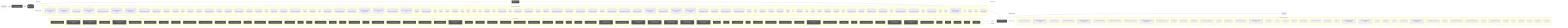
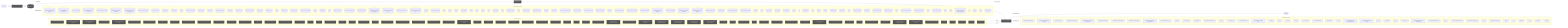
flowchart LR
  UserQ(["👤 User Query"])
  Embed["📐 Embedding Model"]
  VecDB[("📚 Vector Store")]
  Retriever["🔍 Retriever"]
  LLMNode["🧠 LLM / Generator"]
  Output(["✅ Response"])
  UserQ -->|query| Embed
  Embed -->|vector| VecDB
  VecDB -->|top-k chunks| Retriever
  Retriever -->|context + query| LLMNode
  LLMNode -->|generated answer| Output
  subgraph DetectedMemory["Detected memory stores"]
    det_detectedmemory_check_steering_feedback_contract_80134459[("check-steering-feedback-contract")]
    det_detectedmemory_normalize_workflow_contracts_8701f1c8[("normalize-workflow-contracts")]
    det_detectedmemory_sync_codex_preflight_7e7a8dc2[("sync-codex-preflight")]
    det_detectedmemory_test_harness_upgrade_matrix_84113c4e[("test-harness-upgrade-matrix")]
    det_detectedmemory_validate_prompt_context_drift_8c949ef6[("validate-prompt-context-drift")]
    det_detectedmemory_validate_runtime_packet_schemas_bc3ba8ec[("validate-runtime-packet-schemas")]
    det_detectedmemory_validate_system_prompt_gap_adoption_62d8c955[("validate-system-prompt-gap-adoption")]
    det_detectedmemory_validate_workflow_contracts_33dc063c[("validate-workflow-contracts")]
    det_detectedmemory_branch_protect_core_a8feb0fd[("branch-protect-core")]
    det_detectedmemory_ci_migrate_core_7005b5af[("ci-migrate-core")]
    det_detectedmemory_context_health_80bb7da9[("context-health")]
    det_detectedmemory_context_ea7792a2[("context")]
-     det_detectedmemory_docs_gate_core_eb9b6c18[("docs-gate-core")]
+     det_detectedmemory_docs_gate_classification_2f51c90b[("docs-gate-classification")]
+     det_detectedmemory_docs_gate_types_d285abb6[("docs-gate-types")]
    det_detectedmemory_index_context_de3ed39d[("index-context")]
    det_detectedmemory_local_memory_preflight_dcc36c42[("local-memory-preflight")]
    det_detectedmemory_memory_gate_a577a506[("memory-gate")]
    det_detectedmemory_next_runner_state_be6fe997[("next-runner-state")]
    det_detectedmemory_pattern_scope_siblings_43abe000[("pattern-scope-siblings")]
    det_detectedmemory_review_context_ca6cf81d[("review-context")]
    det_detectedmemory_review_gate_core_4c8001f9[("review-gate-core")]
    det_detectedmemory_search_24193290[("search")]
    det_detectedmemory_session_context_e5ec72c0[("session-context")]
    det_detectedmemory_tooling_audit_core_328d6a41[("tooling-audit-core")]
    det_detectedmemory_run_local_memory_preflight_36e92808[("run-local-memory-preflight")]
    det_detectedmemory_checker_d2d2328e[("checker")]
    det_detectedmemory_context_health_1_ceb11829[("context-health")]
    det_detectedmemory_types_2_d9bc6e7a[("types")]
    det_detectedmemory_branch_protect_sync_570adb18[("branch-protect-sync")]
    det_detectedmemory_command_capability_rules_ca3f496a[("command-capability-rules")]
    det_detectedmemory_command_specs_core_1c0ffc99[("command-specs-core")]
    det_detectedmemory_local_memory_preflight_command_spec_9e23f3ce[("local-memory-preflight-command-spec")]
    det_detectedmemory_memory_gate_command_spec_dc9001a9[("memory-gate-command-spec")]
    det_detectedmemory_review_gate_command_spec_3187376a[("review-gate-command-spec")]
    det_detectedmemory_session_context_command_spec_973afbb1[("session-context-command-spec")]
    det_detectedmemory_constants_7517017f[("constants")]
    det_detectedmemory_context_compact_policy_3dcaf95d[("context-compact-policy")]
    det_detectedmemory_index_3_7e40d474[("index")]
    det_detectedmemory_indexer_70fa78e5[("indexer")]
    det_detectedmemory_init_error_5c7dd49f[("init-error")]
    det_detectedmemory_lexical_fallback_723e2b3e[("lexical-fallback")]
    det_detectedmemory_ollama_76e3c7bf[("ollama")]
    det_detectedmemory_rollout_a4fa034c[("rollout")]
    det_detectedmemory_sources_878a52fc[("sources")]
    det_detectedmemory_store_824d80d7[("store")]
    det_detectedmemory_sync_contract_c79fa191[("sync-contract")]
    det_detectedmemory_types_8_f6283648[("types")]
    det_detectedmemory_harness_run_context_ac7c77a9[("harness-run-context")]
    det_detectedmemory_index_4_013aa0e3[("index")]
    det_detectedmemory_json_schema_core_96d7e328[("json-schema-core")]
    det_detectedmemory_policy_validators_core_714a3fe7[("policy-validators-core")]
    det_detectedmemory_types_core_e405ddca[("types-core")]
    det_detectedmemory_validator_core_4358f8ba[("validator-core")]
    det_detectedmemory_archive_candidates_scanner_d0931789[("archive-candidates-scanner")]
    det_detectedmemory_archive_candidates_dc0e40e1[("archive-candidates")]
    det_detectedmemory_docs_task_eval_contract_79347457[("docs-task-eval-contract")]
    det_detectedmemory_docs_task_eval_fixtures_44902755[("docs-task-eval-fixtures")]
    det_detectedmemory_init_modes_c05ceb07[("init-modes")]
    det_detectedmemory_project_brain_templates_7ef51530[("project-brain-templates")]
    det_detectedmemory_scaffold_diagram_templates_dd88e83c[("scaffold-diagram-templates")]
    det_detectedmemory_scaffold_doc_templates_f6152330[("scaffold-doc-templates")]
    det_detectedmemory_scaffold_environment_templates_c1ceba6a[("scaffold-environment-templates")]
    det_detectedmemory_scaffold_hook_templates_8c74ab50[("scaffold-hook-templates")]
    det_detectedmemory_scaffold_root_command_templates_404fed7f[("scaffold-root-command-templates")]
    det_detectedmemory_scaffold_script_template_registry_69312d4e[("scaffold-script-template-registry")]
    det_detectedmemory_scaffold_shell_templates_0ad0f915[("scaffold-shell-templates")]
    det_detectedmemory_scaffold_surfaces_12d6494e[("scaffold-surfaces")]
    det_detectedmemory_scaffold_template_registry_b1cce2aa[("scaffold-template-registry")]
    det_detectedmemory_scaffold_workflow_template_92310587[("scaffold-workflow-template")]
    det_detectedmemory_eval_seed_5699fd3e[("eval-seed")]
    det_detectedmemory_index_10_f6785a46[("index")]
    det_detectedmemory_review_context_1_e3afed15[("review-context")]
    det_detectedmemory_memory_gate_1_265164ac[("memory-gate")]
    det_detectedmemory_branch_enforcer_acb749cd[("branch-enforcer")]
    det_detectedmemory_cli_args_5_09ea29f0[("cli-args")]
    det_detectedmemory_cli_7_dc4a9f7f[("cli")]
    det_detectedmemory_metrics_tracker_98cec29c[("metrics-tracker")]
    det_detectedmemory_types_19_eb4ad5f0[("types")]
    det_detectedmemory_validator_5_b19ac2be[("validator")]
    det_detectedmemory_classifier_fe1991a9[("classifier")]
    det_detectedmemory_tooling_baseline_50ab2eeb[("tooling-baseline")]
    det_detectedmemory_claim_helpers_20dc8387[("claim-helpers")]
    det_detectedmemory_types_24_c63dc1a7[("types")]
    det_detectedmemory_local_memory_smoke_1175abfc[("local-memory-smoke")]
    det_detectedmemory_local_memory_0db17ecc[("local-memory")]
    det_detectedmemory_performance_overload_c685bfcf[("performance-overload")]
    det_detectedmemory_suggestion_generator_0956f794[("suggestion-generator")]
    det_detectedmemory_index_12_762ec91b[("index")]
    det_detectedmemory_prompt_context_drift_report_3257a95c[("prompt-context-drift-report")]
    det_detectedmemory_prompt_context_drift_types_ba6863d4[("prompt-context-drift-types")]
    det_detectedmemory_index_13_97df39c8[("index")]
    det_detectedmemory_prompt_context_receipt_17b862b2[("prompt-context-receipt")]
    det_detectedmemory_types_31_eb363e20[("types")]
    det_detectedmemory_policy_1_fc4198db[("policy")]
    det_detectedmemory_runtime_card_codex_runtime_validation_d8ce9934[("runtime-card-codex-runtime-validation")]
    det_detectedmemory_cli_12_01c06c37[("cli")]
    det_detectedmemory_collector_0736fd5b[("collector")]
    det_detectedmemory_types_34_85e6a0bb[("types")]
    det_detectedmemory_overload_guard_2748c559[("overload-guard")]
  end
  VecDB -. "implemented by" .-> DetectedMemory
  subgraph DetectedLLM["Detected LLM clients"]
    det_detectedllm_check_codex_agent_roles_5bb2e89b["check-codex-agent-roles"]
    det_detectedllm_check_steering_feedback_contract_80134459["check-steering-feedback-contract"]
    det_detectedllm_run_harness_evals_77704768["run-harness-evals"]
    det_detectedllm_validate_decision_request_2e5c325e["validate-decision-request"]
    det_detectedllm_validate_goal_completion_audit_receipt_100d252c["validate-goal-completion-audit-receipt"]
    det_detectedllm_validate_packaged_skill_5e32c890["validate-packaged-skill"]
    det_detectedllm_validate_prompt_context_drift_8c949ef6["validate-prompt-context-drift"]
    det_detectedllm_validate_reviewer_coverage_251efee3["validate-reviewer-coverage"]
    det_detectedllm_validate_system_prompt_gap_adoption_62d8c955["validate-system-prompt-gap-adoption"]
    det_detectedllm_check_environment_core_2c16213f["check-environment-core"]
    det_detectedllm_context_ea7792a2["context"]
    det_detectedllm_index_context_de3ed39d["index-context"]
    det_detectedllm_prompt_gate_c5e9d207["prompt-gate"]
    det_detectedllm_remediate_runner_helpers_929fedcc["remediate-runner-helpers"]
    det_detectedllm_search_24193290["search"]
    det_detectedllm_context_health_1_ceb11829["context-health"]
    det_detectedllm_command_specs_core_1c0ffc99["command-specs-core"]
    det_detectedllm_prompt_gate_command_spec_9a941482["prompt-gate-command-spec"]
    det_detectedllm_constants_7517017f["constants"]
    det_detectedllm_index_3_7e40d474["index"]
    det_detectedllm_indexer_70fa78e5["indexer"]
    det_detectedllm_ollama_76e3c7bf["ollama"]
    det_detectedllm_sync_contract_c79fa191["sync-contract"]
    det_detectedllm_north_star_validators_cfc926ce["north-star-validators"]
    det_detectedllm_hilt_boundary_9b36fb15["hilt-boundary"]
    det_detectedllm_types_10_75e5a4a0["types"]
    det_detectedllm_goal_completion_audit_receipt_validation_9d0f4891["goal-completion-audit-receipt-validation"]
    det_detectedllm_goal_completion_audit_receipt_5e4939c3["goal-completion-audit-receipt"]
    det_detectedllm_index_5_522f772a["index"]
    det_detectedllm_constants_1_a84e15f0["constants"]
    det_detectedllm_types_17_ed30531c["types"]
    det_detectedllm_sensitive_text_7c11f760["sensitive-text"]
    det_detectedllm_pr_template_linked_issue_relationship_a7b61f2c["pr-template-linked-issue-relationship"]
    det_detectedllm_pr_template_validator_rules_20a32d6b["pr-template-validator-rules"]
    det_detectedllm_index_12_762ec91b["index"]
    det_detectedllm_prompt_context_drift_report_3257a95c["prompt-context-drift-report"]
    det_detectedllm_prompt_context_drift_types_ba6863d4["prompt-context-drift-types"]
    det_detectedllm_index_13_97df39c8["index"]
    det_detectedllm_prompt_context_receipt_17b862b2["prompt-context-receipt"]
    det_detectedllm_cli_args_9_9c136878["cli-args"]
    det_detectedllm_cli_11_338a8415["cli"]
    det_detectedllm_sections_4697ef32["sections"]
    det_detectedllm_types_27_4d134744["types"]
    det_detectedllm_validator_7_f836eb0e["validator"]
    det_detectedllm_cli_args_10_861cdd3f["cli-args"]
  end
  LLMNode -. "implemented by" .-> DetectedLLM
  subgraph DetectedTools["Agentic tool calls"]
    det_detectedtools_check_codex_agent_roles_5bb2e89b["🔧 check-codex-agent-roles"]
    det_detectedtools_check_steering_feedback_contract_80134459["🔧 check-steering-feedback-contract"]
    det_detectedtools_check_tooling_baseline_parity_3124b30a["🔧 check-tooling-baseline-parity"]
    det_detectedtools_run_harness_evals_77704768["🔧 run-harness-evals"]
    det_detectedtools_validate_action_review_receipt_fa2f06c3["🔧 validate-action-review-receipt"]
    det_detectedtools_validate_packaged_skill_5e32c890["🔧 validate-packaged-skill"]
    det_detectedtools_validate_replay_packet_f309747e["🔧 validate-replay-packet"]
    det_detectedtools_ci_migrate_core_7005b5af["🔧 ci-migrate-core"]
    det_detectedtools_doctor_checks_5a2eb2b9["🔧 doctor-checks"]
    det_detectedtools_doctor_github_tool_check_e0a938df["🔧 doctor-github-tool-check"]
    det_detectedtools_doctor_github_tool_checks_a53b0382["🔧 doctor-github-tool-checks"]
    det_detectedtools_doctor_tool_checks_4acac51a["🔧 doctor-tool-checks"]
+     det_detectedtools_fleet_plan_repo_ecdc6499["🔧 fleet-plan-repo"]
    det_detectedtools_next_blocked_decisions_4140ad2b["🔧 next-blocked-decisions"]
    det_detectedtools_policy_gate_213f7313["🔧 policy-gate"]
    det_detectedtools_remediate_cli_output_cc165396["🔧 remediate-cli-output"]
    det_detectedtools_remediate_runner_helpers_929fedcc["🔧 remediate-runner-helpers"]
    det_detectedtools_review_gate_core_4c8001f9["🔧 review-gate-core"]
    det_detectedtools_index_1bc04b52["🔧 index"]
    det_detectedtools_types_1_4ecdf56e["🔧 types"]
    det_detectedtools_validation_constants_e002a0f6["🔧 validation-constants"]
    det_detectedtools_validation_98c41dcd["🔧 validation"]
    det_detectedtools_checker_d2d2328e["🔧 checker"]
    det_detectedtools_shared_state_policy_edc9c4db["🔧 shared-state-policy"]
    det_detectedtools_cli_args_1_6144b055["🔧 cli-args"]
    det_detectedtools_command_capabilities_a4d5c71e["🔧 command-capabilities"]
    det_detectedtools_command_capability_rules_ca3f496a["🔧 command-capability-rules"]
    det_detectedtools_linear_command_actions_e430f4f4["🔧 linear-command-actions"]
    det_detectedtools_linear_command_runner_4a740dfc["🔧 linear-command-runner"]
    det_detectedtools_policy_validators_core_714a3fe7["🔧 policy-validators-core"]
    det_detectedtools_shared_state_action_validator_e7b128cd["🔧 shared-state-action-validator"]
    det_detectedtools_types_core_e405ddca["🔧 types-core"]
    det_detectedtools_validator_core_4358f8ba["🔧 validator-core"]
    det_detectedtools_validator_helpers_7b927667["🔧 validator-helpers"]
    det_detectedtools_he_phase_exit_core_1148895b["🔧 he-phase-exit-core"]
    det_detectedtools_environment_runtime_3206f0a8["🔧 environment-runtime"]
    det_detectedtools_observed_skill_usage_ed7d5930["🔧 observed-skill-usage"]
    det_detectedtools_closure_evidence_aaa31467["🔧 closure-evidence"]
    det_detectedtools_pr_creator_dc6b1ea4["🔧 pr-creator"]
    det_detectedtools_client_948fe603["🔧 client"]
    det_detectedtools_init_output_360dce91["🔧 init-output"]
    det_detectedtools_scaffold_ci_templates_2afd6392["🔧 scaffold-ci-templates"]
    det_detectedtools_scaffold_codex_environment_templates_334fbbed["🔧 scaffold-codex-environment-templates"]
    det_detectedtools_scaffold_config_templates_4b80ce53["🔧 scaffold-config-templates"]
    det_detectedtools_scaffold_environment_templates_c1ceba6a["🔧 scaffold-environment-templates"]
    det_detectedtools_scaffold_github_actions_pr_pipeline_renderer_1ee18de5["🔧 scaffold-github-actions-pr-pipeline-renderer"]
    det_detectedtools_scaffold_github_actions_pr_pipeline_template_e2b85f62["🔧 scaffold-github-actions-pr-pipeline-template"]
    det_detectedtools_scaffold_package_command_template_80e32e83["🔧 scaffold-package-command-template"]
    det_detectedtools_scaffold_release_private_npm_template_075499f8["🔧 scaffold-release-private-npm-template"]
    det_detectedtools_constants_1_a84e15f0["🔧 constants"]
    det_detectedtools_index_9_32dd4d91["🔧 index"]
    det_detectedtools_validation_common_6161e48b["🔧 validation-common"]
    det_detectedtools_cli_7_dc4a9f7f["🔧 cli"]
    det_detectedtools_metrics_tracker_98cec29c["🔧 metrics-tracker"]
    det_detectedtools_normalise_renderer_85f2e563["🔧 normalise-renderer"]
    det_detectedtools_evaluation_engine_core_e054fe49["🔧 evaluation-engine-core"]
    det_detectedtools_tooling_baseline_50ab2eeb["🔧 tooling-baseline"]
    det_detectedtools_prompt_context_drift_report_3257a95c["🔧 prompt-context-drift-report"]
    det_detectedtools_prompt_context_drift_types_ba6863d4["🔧 prompt-context-drift-types"]
    det_detectedtools_replay_packet_a1293f88["🔧 replay-packet"]
    det_detectedtools_index_14_d982116c["🔧 index"]
    det_detectedtools_review_lifecycle_contract_e5447221["🔧 review-lifecycle-contract"]
    det_detectedtools_review_lifecycle_89afa64c["🔧 review-lifecycle"]
    det_detectedtools_runtime_card_codex_runtime_validation_d8ce9934["🔧 runtime-card-codex-runtime-validation"]
    det_detectedtools_runtime_card_codex_runtime_0655e230["🔧 runtime-card-codex-runtime"]
    det_detectedtools_runtime_evidence_bundle_d471a232["🔧 runtime-evidence-bundle"]
    det_detectedtools_types_36_674380ec["🔧 types"]
    det_detectedtools_index_17_642943a2["🔧 index"]
    det_detectedtools_projection_1b250ea1["🔧 projection"]
    det_detectedtools_types_38_e8efcd57["🔧 types"]
    det_detectedtools_validation_7_c4e6d8b6["🔧 validation"]
  end
  LLMNode -->|tool use| DetectedTools
  DetectedTools -->|result| LLMNode
  classDef memNode fill:#555,color:#fff
  class VecDB,Retriever memNode
  classDef llmNode fill:#555,color:#fff
  class LLMNode,Embed llmNode
  classDef toolNode fill:#555,color:#fff
-   class det_detectedtools_check_codex_agent_roles_5bb2e89b,det_detectedtools_check_steering_feedback_contract_80134459,det_detectedtools_check_tooling_baseline_parity_3124b30a,det_detectedtools_run_harness_evals_77704768,det_detectedtools_validate_action_review_receipt_fa2f06c3,det_detectedtools_validate_packaged_skill_5e32c890,det_detectedtools_validate_replay_packet_f309747e,det_detectedtools_ci_migrate_core_7005b5af,det_detectedtools_doctor_checks_5a2eb2b9,det_detectedtools_doctor_github_tool_check_e0a938df,det_detectedtools_doctor_github_tool_checks_a53b0382,det_detectedtools_doctor_tool_checks_4acac51a,det_detectedtools_next_blocked_decisions_4140ad2b,det_detectedtools_policy_gate_213f7313,det_detectedtools_remediate_cli_output_cc165396,det_detectedtools_remediate_runner_helpers_929fedcc,det_detectedtools_review_gate_core_4c8001f9,det_detectedtools_index_1bc04b52,det_detectedtools_types_1_4ecdf56e,det_detectedtools_validation_constants_e002a0f6,det_detectedtools_validation_98c41dcd,det_detectedtools_checker_d2d2328e,det_detectedtools_shared_state_policy_edc9c4db,det_detectedtools_cli_args_1_6144b055,det_detectedtools_command_capabilities_a4d5c71e,det_detectedtools_command_capability_rules_ca3f496a,det_detectedtools_linear_command_actions_e430f4f4,det_detectedtools_linear_command_runner_4a740dfc,det_detectedtools_policy_validators_core_714a3fe7,det_detectedtools_shared_state_action_validator_e7b128cd,det_detectedtools_types_core_e405ddca,det_detectedtools_validator_core_4358f8ba,det_detectedtools_validator_helpers_7b927667,det_detectedtools_he_phase_exit_core_1148895b,det_detectedtools_environment_runtime_3206f0a8,det_detectedtools_observed_skill_usage_ed7d5930,det_detectedtools_closure_evidence_aaa31467,det_detectedtools_pr_creator_dc6b1ea4,det_detectedtools_client_948fe603,det_detectedtools_init_output_360dce91,det_detectedtools_scaffold_ci_templates_2afd6392,det_detectedtools_scaffold_codex_environment_templates_334fbbed,det_detectedtools_scaffold_config_templates_4b80ce53,det_detectedtools_scaffold_environment_templates_c1ceba6a,det_detectedtools_scaffold_github_actions_pr_pipeline_renderer_1ee18de5,det_detectedtools_scaffold_github_actions_pr_pipeline_template_e2b85f62,det_detectedtools_scaffold_package_command_template_80e32e83,det_detectedtools_scaffold_release_private_npm_template_075499f8,det_detectedtools_constants_1_a84e15f0,det_detectedtools_index_9_32dd4d91,det_detectedtools_validation_common_6161e48b,det_detectedtools_cli_7_dc4a9f7f,det_detectedtools_metrics_tracker_98cec29c,det_detectedtools_normalise_renderer_85f2e563,det_detectedtools_evaluation_engine_core_e054fe49,det_detectedtools_tooling_baseline_50ab2eeb,det_detectedtools_prompt_context_drift_report_3257a95c,det_detectedtools_prompt_context_drift_types_ba6863d4,det_detectedtools_replay_packet_a1293f88,det_detectedtools_index_14_d982116c,det_detectedtools_review_lifecycle_contract_e5447221,det_detectedtools_review_lifecycle_89afa64c,det_detectedtools_runtime_card_codex_runtime_validation_d8ce9934,det_detectedtools_runtime_card_codex_runtime_0655e230,det_detectedtools_runtime_evidence_bundle_d471a232,det_detectedtools_types_36_674380ec,det_detectedtools_index_17_642943a2,det_detectedtools_projection_1b250ea1,det_detectedtools_types_38_e8efcd57,det_detectedtools_validation_7_c4e6d8b6 toolNode
+   class det_detectedtools_check_codex_agent_roles_5bb2e89b,det_detectedtools_check_steering_feedback_contract_80134459,det_detectedtools_check_tooling_baseline_parity_3124b30a,det_detectedtools_run_harness_evals_77704768,det_detectedtools_validate_action_review_receipt_fa2f06c3,det_detectedtools_validate_packaged_skill_5e32c890,det_detectedtools_validate_replay_packet_f309747e,det_detectedtools_ci_migrate_core_7005b5af,det_detectedtools_doctor_checks_5a2eb2b9,det_detectedtools_doctor_github_tool_check_e0a938df,det_detectedtools_doctor_github_tool_checks_a53b0382,det_detectedtools_doctor_tool_checks_4acac51a,det_detectedtools_fleet_plan_repo_ecdc6499,det_detectedtools_next_blocked_decisions_4140ad2b,det_detectedtools_policy_gate_213f7313,det_detectedtools_remediate_cli_output_cc165396,det_detectedtools_remediate_runner_helpers_929fedcc,det_detectedtools_review_gate_core_4c8001f9,det_detectedtools_index_1bc04b52,det_detectedtools_types_1_4ecdf56e,det_detectedtools_validation_constants_e002a0f6,det_detectedtools_validation_98c41dcd,det_detectedtools_checker_d2d2328e,det_detectedtools_shared_state_policy_edc9c4db,det_detectedtools_cli_args_1_6144b055,det_detectedtools_command_capabilities_a4d5c71e,det_detectedtools_command_capability_rules_ca3f496a,det_detectedtools_linear_command_actions_e430f4f4,det_detectedtools_linear_command_runner_4a740dfc,det_detectedtools_policy_validators_core_714a3fe7,det_detectedtools_shared_state_action_validator_e7b128cd,det_detectedtools_types_core_e405ddca,det_detectedtools_validator_core_4358f8ba,det_detectedtools_validator_helpers_7b927667,det_detectedtools_he_phase_exit_core_1148895b,det_detectedtools_environment_runtime_3206f0a8,det_detectedtools_observed_skill_usage_ed7d5930,det_detectedtools_closure_evidence_aaa31467,det_detectedtools_pr_creator_dc6b1ea4,det_detectedtools_client_948fe603,det_detectedtools_init_output_360dce91,det_detectedtools_scaffold_ci_templates_2afd6392,det_detectedtools_scaffold_codex_environment_templates_334fbbed,det_detectedtools_scaffold_config_templates_4b80ce53,det_detectedtools_scaffold_environment_templates_c1ceba6a,det_detectedtools_scaffold_github_actions_pr_pipeline_renderer_1ee18de5,det_detectedtools_scaffold_github_actions_pr_pipeline_template_e2b85f62,det_detectedtools_scaffold_package_command_template_80e32e83,det_detectedtools_scaffold_release_private_npm_template_075499f8,det_detectedtools_constants_1_a84e15f0,det_detectedtools_index_9_32dd4d91,det_detectedtools_validation_common_6161e48b,det_detectedtools_cli_7_dc4a9f7f,det_detectedtools_metrics_tracker_98cec29c,det_detectedtools_normalise_renderer_85f2e563,det_detectedtools_evaluation_engine_core_e054fe49,det_detectedtools_tooling_baseline_50ab2eeb,det_detectedtools_prompt_context_drift_report_3257a95c,det_detectedtools_prompt_context_drift_types_ba6863d4,det_detectedtools_replay_packet_a1293f88,det_detectedtools_index_14_d982116c,det_detectedtools_review_lifecycle_contract_e5447221,det_detectedtools_review_lifecycle_89afa64c,det_detectedtools_runtime_card_codex_runtime_validation_d8ce9934,det_detectedtools_runtime_card_codex_runtime_0655e230,det_detectedtools_runtime_evidence_bundle_d471a232,det_detectedtools_types_36_674380ec,det_detectedtools_index_17_642943a2,det_detectedtools_projection_1b250ea1,det_detectedtools_types_38_e8efcd57,det_detectedtools_validation_7_c4e6d8b6 toolNode
